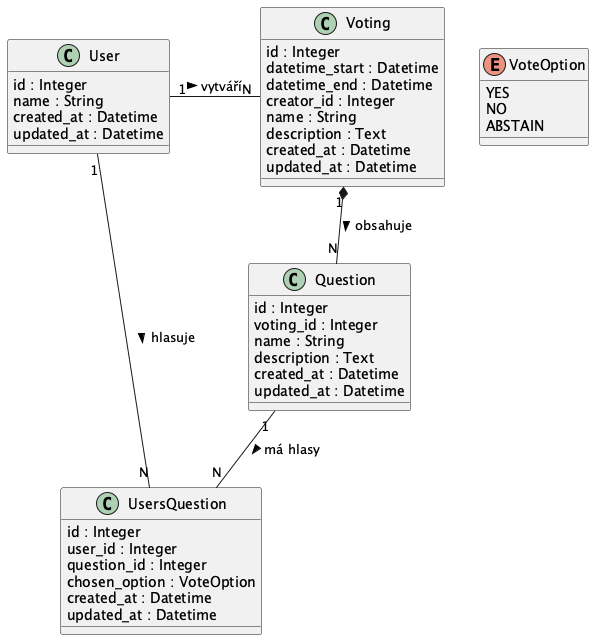
The PlantUML diagram docs/diagrams/Voting System Class Diagram.png in jacky32/slovjani, before a commit.
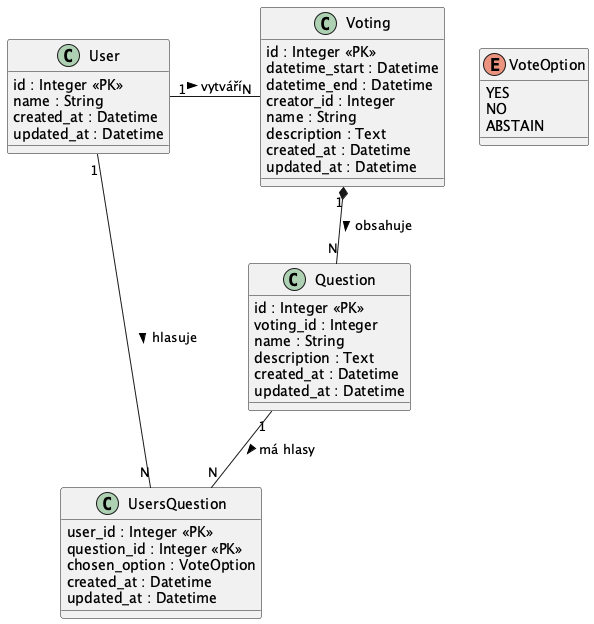
Later version of the same file.

Commit message:
Add question and users question models

Change to the diagram source:
```diff
@@ -1,14 +1,14 @@
 @startuml "Voting System Class Diagram"
 
 class User {
-  id : Integer
+  id : Integer <<PK>>
   name : String
   created_at : Datetime
   updated_at : Datetime
 }
 
 class Voting {
-  id : Integer
+  id : Integer <<PK>>
   datetime_start : Datetime
   datetime_end : Datetime
   creator_id : Integer
@@ -19,7 +19,7 @@
 }
 
 class Question {
-  id : Integer
+  id : Integer <<PK>>
   voting_id : Integer
   name : String
   description : Text
@@ -34,9 +34,8 @@
 }
 
 class UsersQuestion {
-  id : Integer
-  user_id : Integer
-  question_id : Integer
+  user_id : Integer <<PK>>
+  question_id : Integer <<PK>>
   chosen_option : VoteOption
   created_at : Datetime
   updated_at : Datetime
```
